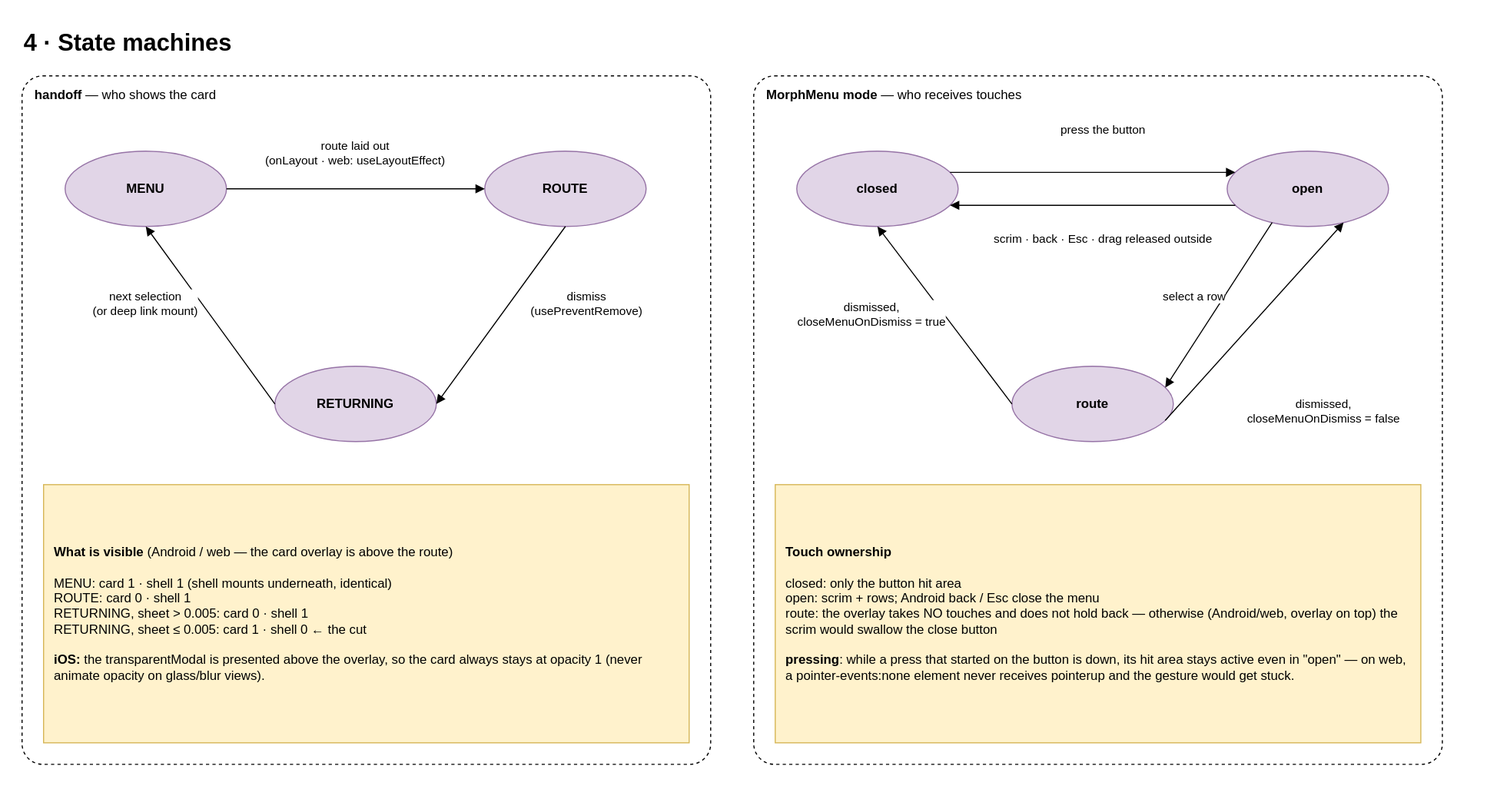
This is docs/diagrams/svg/en/4-states.svg from anhtuank7c/expo-morph-menu, a draw.io export, as it was before one commit. Source tidied: cells renumbered, new cells last; positions are measured from the earlier drawing's top-left corner, leaving out a move shared by most shapes.
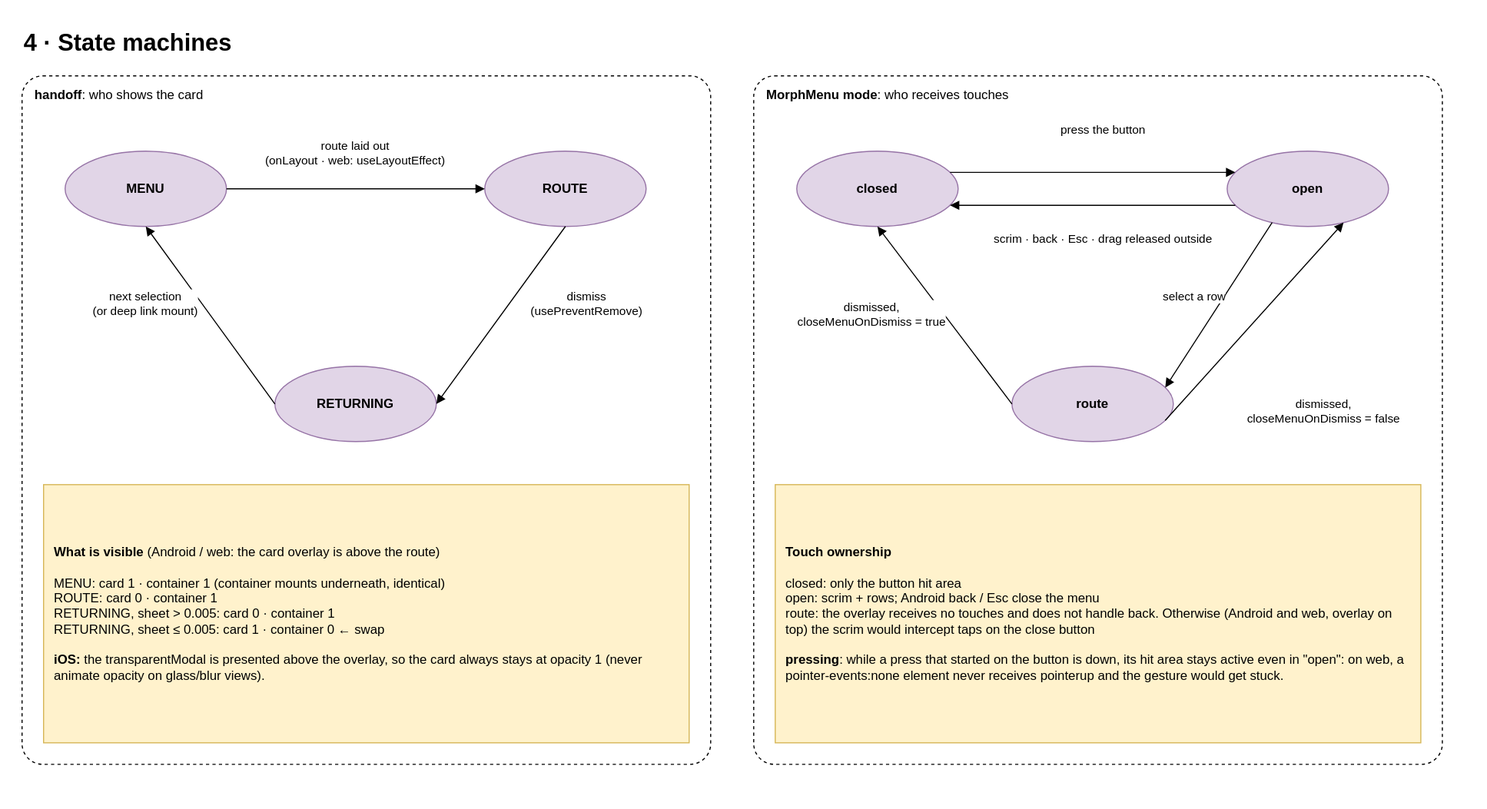
The same diagram one commit later.

The edit, as a diff of the source:
```diff
@@ -5,7 +5,7 @@
     <mxCell id="2" value="4 · State machines" style="text;html=1;fontSize=22;fontStyle=1;align=left;verticalAlign=top;" parent="1" vertex="1">
       <mxGeometry width="900" height="34" as="geometry" />
     </mxCell>
-    <mxCell id="3" value="&lt;b&gt;handoff&lt;/b&gt; — who shows the card" style="rounded=1;whiteSpace=wrap;html=1;fillColor=none;dashed=1;verticalAlign=top;align=left;spacingLeft=10;spacingTop=4;arcSize=3;" parent="1" vertex="1">
+    <mxCell id="3" value="&lt;b&gt;handoff&lt;/b&gt;: who shows the card" style="rounded=1;whiteSpace=wrap;html=1;fillColor=none;dashed=1;verticalAlign=top;align=left;spacingLeft=10;spacingTop=4;arcSize=3;" parent="1" vertex="1">
       <mxGeometry y="50" width="640" height="640" as="geometry" />
     </mxCell>
     <mxCell id="4" value="MENU" style="ellipse;whiteSpace=wrap;html=1;fillColor=#e1d5e7;strokeColor=#9673a6;fontStyle=1;" parent="1" vertex="1">
@@ -35,10 +35,10 @@
     <mxCell id="12" value="next selection&lt;br&gt;(or deep link mount)" style="text;html=1;fontSize=11;align=center;verticalAlign=middle;whiteSpace=wrap;labelBackgroundColor=#ffffff;" parent="1" vertex="1">
       <mxGeometry x="20" y="240" width="190" height="44" as="geometry" />
     </mxCell>
-    <mxCell id="13" value="&lt;b&gt;What is visible&lt;/b&gt; (Android / web — the card overlay is above the route)&lt;br&gt;&lt;br&gt;MENU: card 1 · shell 1 (shell mounts underneath, identical)&lt;br&gt;ROUTE: card 0 · shell 1&lt;br&gt;RETURNING, sheet &amp;gt; 0.005: card 0 · shell 1&lt;br&gt;RETURNING, sheet ≤ 0.005: card 1 · shell 0 ← the cut&lt;br&gt;&lt;br&gt;&lt;b&gt;iOS:&lt;/b&gt; the transparentModal is presented above the overlay, so the card always stays at opacity 1 (never animate opacity on glass/blur views)." style="rounded=0;whiteSpace=wrap;html=1;fillColor=#fff2cc;strokeColor=#d6b656;align=left;spacingLeft=8;spacingRight=8;" parent="1" vertex="1">
+    <mxCell id="13" value="&lt;b&gt;What is visible&lt;/b&gt; (Android / web: the card overlay is above the route)&lt;br&gt;&lt;br&gt;MENU: card 1 · container 1 (container mounts underneath, identical)&lt;br&gt;ROUTE: card 0 · container 1&lt;br&gt;RETURNING, sheet &amp;gt; 0.005: card 0 · container 1&lt;br&gt;RETURNING, sheet ≤ 0.005: card 1 · container 0 ← swap&lt;br&gt;&lt;br&gt;&lt;b&gt;iOS:&lt;/b&gt; the transparentModal is presented above the overlay, so the card always stays at opacity 1 (never animate opacity on glass/blur views)." style="rounded=0;whiteSpace=wrap;html=1;fillColor=#fff2cc;strokeColor=#d6b656;align=left;spacingLeft=8;spacingRight=8;" parent="1" vertex="1">
       <mxGeometry x="20" y="430" width="600" height="240" as="geometry" />
     </mxCell>
-    <mxCell id="14" value="&lt;b&gt;MorphMenu mode&lt;/b&gt; — who receives touches" style="rounded=1;whiteSpace=wrap;html=1;fillColor=none;dashed=1;verticalAlign=top;align=left;spacingLeft=10;spacingTop=4;arcSize=3;" parent="1" vertex="1">
+    <mxCell id="14" value="&lt;b&gt;MorphMenu mode&lt;/b&gt;: who receives touches" style="rounded=1;whiteSpace=wrap;html=1;fillColor=none;dashed=1;verticalAlign=top;align=left;spacingLeft=10;spacingTop=4;arcSize=3;" parent="1" vertex="1">
       <mxGeometry x="680" y="50" width="640" height="640" as="geometry" />
     </mxCell>
     <mxCell id="15" value="closed" style="ellipse;whiteSpace=wrap;html=1;fillColor=#e1d5e7;strokeColor=#9673a6;fontStyle=1;" parent="1" vertex="1">
@@ -80,7 +80,7 @@
     <mxCell id="27" value="dismissed,&lt;br&gt;closeMenuOnDismiss = true" style="text;html=1;fontSize=11;align=center;verticalAlign=middle;whiteSpace=wrap;labelBackgroundColor=#ffffff;" parent="1" vertex="1">
       <mxGeometry x="690" y="250" width="200" height="44" as="geometry" />
     </mxCell>
-    <mxCell id="28" value="&lt;b&gt;Touch ownership&lt;/b&gt;&lt;br&gt;&lt;br&gt;closed: only the button hit area&lt;br&gt;open: scrim + rows; Android back / Esc close the menu&lt;br&gt;route: the overlay takes NO touches and does not hold back — otherwise (Android/web, overlay on top) the scrim would swallow the close button&lt;br&gt;&lt;br&gt;&lt;b&gt;pressing&lt;/b&gt;: while a press that started on the button is down, its hit area stays active even in &quot;open&quot; — on web, a pointer-events:none element never receives pointerup and the gesture would get stuck." style="rounded=0;whiteSpace=wrap;html=1;fillColor=#fff2cc;strokeColor=#d6b656;align=left;spacingLeft=8;spacingRight=8;" parent="1" vertex="1">
+    <mxCell id="28" value="&lt;b&gt;Touch ownership&lt;/b&gt;&lt;br&gt;&lt;br&gt;closed: only the button hit area&lt;br&gt;open: scrim + rows; Android back / Esc close the menu&lt;br&gt;route: the overlay receives no touches and does not handle back. Otherwise (Android and web, overlay on top) the scrim would intercept taps on the close button&lt;br&gt;&lt;br&gt;&lt;b&gt;pressing&lt;/b&gt;: while a press that started on the button is down, its hit area stays active even in &quot;open&quot;: on web, a pointer-events:none element never receives pointerup and the gesture would get stuck." style="rounded=0;whiteSpace=wrap;html=1;fillColor=#fff2cc;strokeColor=#d6b656;align=left;spacingLeft=8;spacingRight=8;" parent="1" vertex="1">
       <mxGeometry x="700" y="430" width="600" height="240" as="geometry" />
     </mxCell>
   </root>
```
